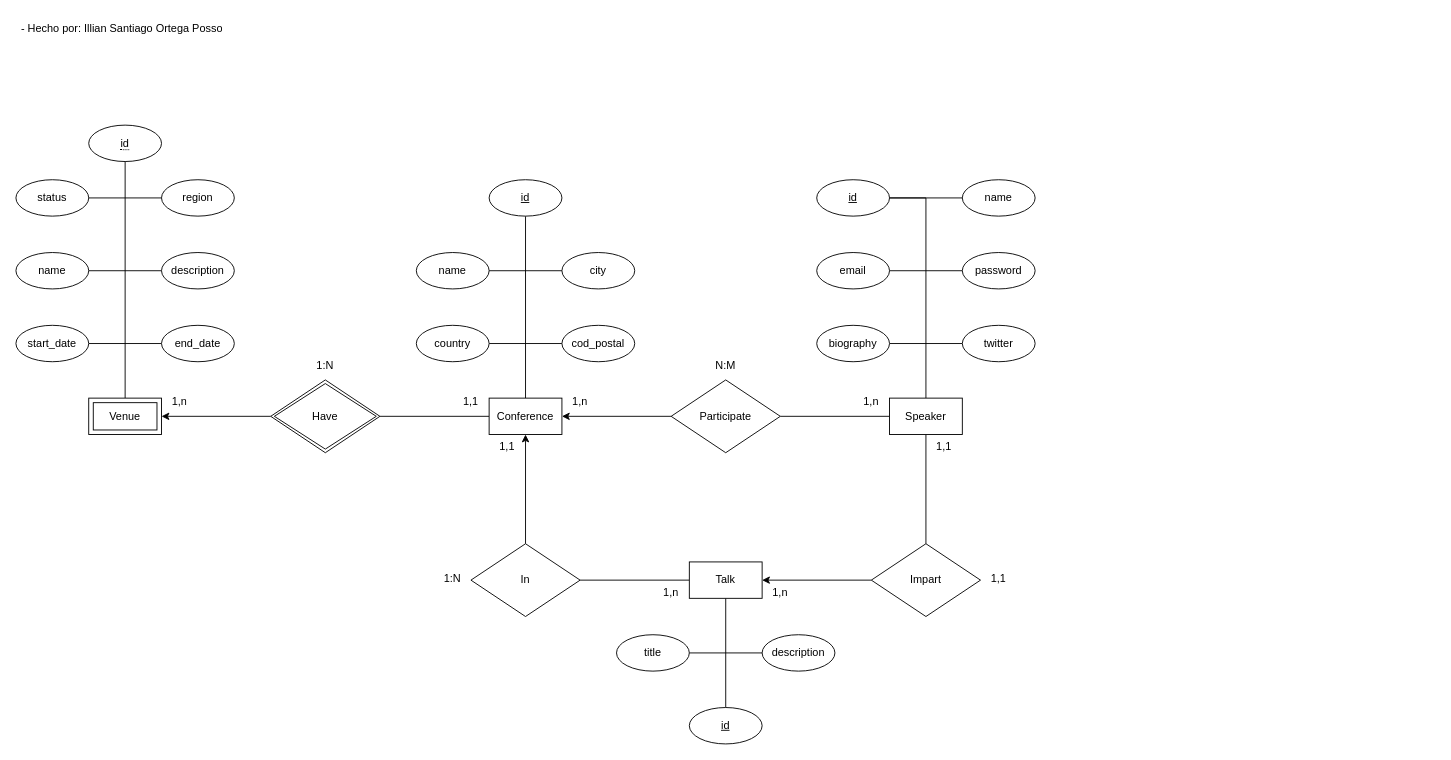
Before: page "Página-2" (2 of 2) of database/Esquemas/a27.drawio in Illian-Santiago/A27-DSW, a draw.io diagram. Source tidied: cells renumbered, new cells numbered last; positions are measured from the earlier drawing's top-left corner, leaving out a move shared by most shapes. Both pictures are drawn from the tidied source at 91%, with x=0, y=0 at pixel (15, 15).
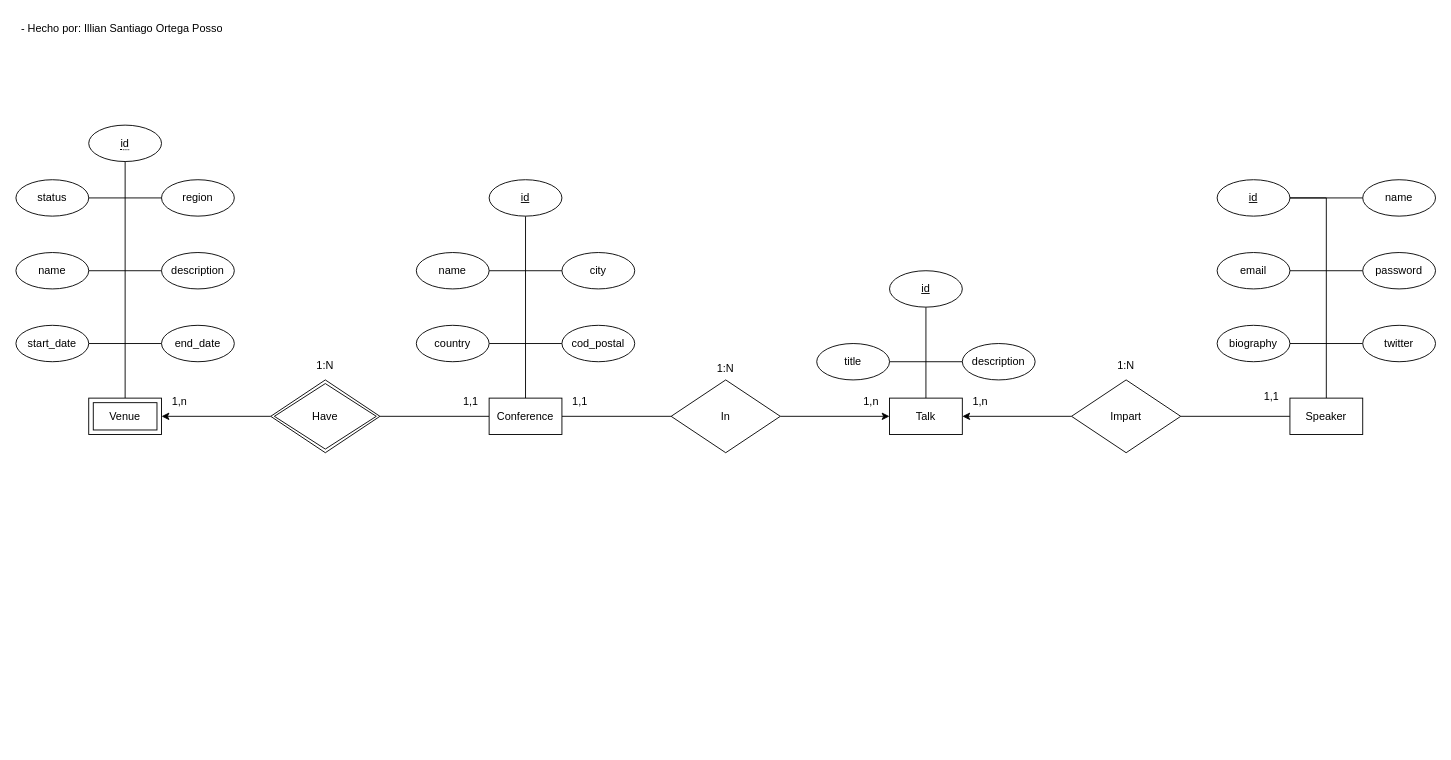
The same page after the edit.

Unchanged cells that the change refers to:
```xml
<mxCell id="11" value="Conference" style="whiteSpace=wrap;html=1;align=center;" parent="1" vertex="1">
  <mxGeometry x="520" y="420" width="80" height="40" as="geometry" />
</mxCell>
```

The edit, as a diff of the source:
```diff
@@
-    <mxCell id="2" style="edgeStyle=orthogonalEdgeStyle;rounded=0;jettySize=auto;html=1;entryX=0.5;entryY=0;entryDx=0;entryDy=0;endArrow=none;startFill=0;" parent="1" edge="1" source="4" target="27">
+    <mxCell id="2" style="edgeStyle=orthogonalEdgeStyle;rounded=0;jettySize=auto;html=1;entryX=0.5;entryY=1;entryDx=0;entryDy=0;endArrow=none;endFill=0;" parent="1" edge="1" source="4" target="27">
       <mxGeometry relative="1" as="geometry" />
     </mxCell>
-    <mxCell id="3" style="edgeStyle=orthogonalEdgeStyle;rounded=0;jettySize=auto;html=1;entryX=1;entryY=0.5;entryDx=0;entryDy=0;endArrow=none;startFill=0;" parent="1" edge="1" source="4" target="48">
-      <mxGeometry relative="1" as="geometry" />
-    </mxCell>
     <mxCell id="4" value="Talk" style="whiteSpace=wrap;html=1;align=center;" parent="1" vertex="1">
-      <mxGeometry x="740" y="600" width="80" height="40" as="geometry" />
+      <mxGeometry x="960" y="420" width="80" height="40" as="geometry" />
     </mxCell>
@@
-    <mxCell id="6" style="edgeStyle=orthogonalEdgeStyle;rounded=0;jettySize=auto;html=1;entryX=1;entryY=0.5;entryDx=0;entryDy=0;endArrow=none;startFill=0;" parent="1" edge="1" source="8" target="44">
-      <mxGeometry relative="1" as="geometry" />
-    </mxCell>
-    <mxCell id="7" style="edgeStyle=orthogonalEdgeStyle;rounded=0;jettySize=auto;html=1;entryX=0.5;entryY=0;entryDx=0;entryDy=0;endArrow=none;startFill=0;" parent="1" edge="1" source="8" target="46">
+    <mxCell id="7" style="edgeStyle=orthogonalEdgeStyle;rounded=0;jettySize=auto;html=1;entryX=1;entryY=0.5;entryDx=0;entryDy=0;endArrow=none;endFill=0;" parent="1" edge="1" source="8" target="46">
       <mxGeometry relative="1" as="geometry" />
     </mxCell>
     <mxCell id="8" value="Speaker" style="whiteSpace=wrap;html=1;align=center;" parent="1" vertex="1">
-      <mxGeometry x="960" y="420" width="80" height="40" as="geometry" />
+      <mxGeometry x="1400" y="420" width="80" height="40" as="geometry" />
     </mxCell>
@@
+    <mxCell id="65" style="edgeStyle=orthogonalEdgeStyle;rounded=0;jettySize=auto;html=1;entryX=0;entryY=0.5;entryDx=0;entryDy=0;endArrow=none;endFill=0;" parent="1" edge="1" source="11" target="48">
+      <mxGeometry relative="1" as="geometry" />
+    </mxCell>
@@
     <mxCell id="27" value="id" style="ellipse;whiteSpace=wrap;html=1;align=center;fontStyle=4;" parent="1" vertex="1">
-      <mxGeometry x="740" y="760" width="80" height="40" as="geometry" />
+      <mxGeometry x="960" y="280" width="80" height="40" as="geometry" />
     </mxCell>
@@
     <mxCell id="29" value="title" style="ellipse;whiteSpace=wrap;html=1;align=center;" parent="1" vertex="1">
-      <mxGeometry x="660" y="680" width="80" height="40" as="geometry" />
+      <mxGeometry x="880" y="360" width="80" height="40" as="geometry" />
     </mxCell>
     <mxCell id="30" value="description" style="ellipse;whiteSpace=wrap;html=1;align=center;" parent="1" vertex="1">
-      <mxGeometry x="820" y="680" width="80" height="40" as="geometry" />
+      <mxGeometry x="1040" y="360" width="80" height="40" as="geometry" />
     </mxCell>
@@
     <mxCell id="32" value="id" style="ellipse;whiteSpace=wrap;html=1;align=center;fontStyle=4;" parent="1" vertex="1">
-      <mxGeometry x="880" y="180" width="80" height="40" as="geometry" />
+      <mxGeometry x="1320" y="180" width="80" height="40" as="geometry" />
     </mxCell>
     <mxCell id="33" value="name" style="ellipse;whiteSpace=wrap;html=1;align=center;" parent="1" vertex="1">
-      <mxGeometry x="1040" y="180" width="80" height="40" as="geometry" />
+      <mxGeometry x="1480" y="180" width="80" height="40" as="geometry" />
     </mxCell>
@@
     <mxCell id="35" value="email" style="ellipse;whiteSpace=wrap;html=1;align=center;" parent="1" vertex="1">
-      <mxGeometry x="880" y="260" width="80" height="40" as="geometry" />
+      <mxGeometry x="1320" y="260" width="80" height="40" as="geometry" />
     </mxCell>
@@
     <mxCell id="37" value="biography" style="ellipse;whiteSpace=wrap;html=1;align=center;" parent="1" vertex="1">
-      <mxGeometry x="880" y="340" width="80" height="40" as="geometry" />
+      <mxGeometry x="1320" y="340" width="80" height="40" as="geometry" />
     </mxCell>
     <mxCell id="38" value="twitter" style="ellipse;whiteSpace=wrap;html=1;align=center;" parent="1" vertex="1">
-      <mxGeometry x="1040" y="340" width="80" height="40" as="geometry" />
+      <mxGeometry x="1480" y="340" width="80" height="40" as="geometry" />
     </mxCell>
     <mxCell id="39" value="password" style="ellipse;whiteSpace=wrap;html=1;align=center;" parent="1" vertex="1">
-      <mxGeometry x="1040" y="260" width="80" height="40" as="geometry" />
+      <mxGeometry x="1480" y="260" width="80" height="40" as="geometry" />
     </mxCell>
@@
-    <mxCell id="43" style="edgeStyle=orthogonalEdgeStyle;rounded=0;jettySize=auto;html=1;" parent="1" edge="1" source="44" target="11">
-      <mxGeometry relative="1" as="geometry" />
-    </mxCell>
-    <mxCell id="44" value="Participate" style="shape=rhombus;perimeter=rhombusPerimeter;whiteSpace=wrap;html=1;align=center;" parent="1" vertex="1">
-      <mxGeometry x="720" y="400" width="120" height="80" as="geometry" />
-    </mxCell>
@@
     <mxCell id="46" value="Impart" style="shape=rhombus;perimeter=rhombusPerimeter;whiteSpace=wrap;html=1;align=center;" parent="1" vertex="1">
-      <mxGeometry x="940" y="580" width="120" height="80" as="geometry" />
+      <mxGeometry x="1160" y="400" width="120" height="80" as="geometry" />
     </mxCell>
-    <mxCell id="47" style="edgeStyle=orthogonalEdgeStyle;rounded=0;jettySize=auto;html=1;entryX=0.5;entryY=1;entryDx=0;entryDy=0;" parent="1" edge="1" source="48" target="11">
-      <mxGeometry relative="1" as="geometry" />
-    </mxCell>
+    <mxCell id="66" style="edgeStyle=orthogonalEdgeStyle;rounded=0;jettySize=auto;html=1;entryX=0;entryY=0.5;entryDx=0;entryDy=0;" parent="1" edge="1" source="48" target="4">
+      <mxGeometry relative="1" as="geometry" />
+    </mxCell>
     <mxCell id="48" value="In" style="shape=rhombus;perimeter=rhombusPerimeter;whiteSpace=wrap;html=1;align=center;" parent="1" vertex="1">
-      <mxGeometry x="500" y="580" width="120" height="80" as="geometry" />
+      <mxGeometry x="720" y="400" width="120" height="80" as="geometry" />
     </mxCell>
@@
-    <mxCell id="53" value="1,1" style="text;strokeColor=none;fillColor=none;spacingLeft=4;spacingRight=4;overflow=hidden;fontSize=12;whiteSpace=wrap;html=1;align=center;" parent="1" vertex="1">
-      <mxGeometry x="520" y="460" width="40" height="30" as="geometry" />
-    </mxCell>
     <mxCell id="54" value="1,n" style="text;strokeColor=none;fillColor=none;spacingLeft=4;spacingRight=4;overflow=hidden;fontSize=12;whiteSpace=wrap;html=1;align=center;" parent="1" vertex="1">
-      <mxGeometry x="700" y="620" width="40" height="30" as="geometry" />
+      <mxGeometry x="920" y="410" width="40" height="30" as="geometry" />
     </mxCell>
     <mxCell id="55" value="1:N" style="text;strokeColor=none;fillColor=none;spacingLeft=4;spacingRight=4;overflow=hidden;fontSize=12;whiteSpace=wrap;html=1;align=center;" parent="1" vertex="1">
-      <mxGeometry x="460" y="605" width="40" height="30" as="geometry" />
+      <mxGeometry x="760" y="374" width="40" height="30" as="geometry" />
     </mxCell>
     <mxCell id="56" value="1,n" style="text;strokeColor=none;fillColor=none;spacingLeft=4;spacingRight=4;overflow=hidden;fontSize=12;whiteSpace=wrap;html=1;align=center;" parent="1" vertex="1">
-      <mxGeometry x="820" y="620" width="40" height="30" as="geometry" />
+      <mxGeometry x="1040" y="410" width="40" height="30" as="geometry" />
     </mxCell>
     <mxCell id="57" value="1,1" style="text;strokeColor=none;fillColor=none;spacingLeft=4;spacingRight=4;overflow=hidden;fontSize=12;whiteSpace=wrap;html=1;align=center;" parent="1" vertex="1">
-      <mxGeometry x="1000" y="460" width="40" height="30" as="geometry" />
+      <mxGeometry x="1360" y="405" width="40" height="30" as="geometry" />
     </mxCell>
-    <mxCell id="58" value="1,1" style="text;strokeColor=none;fillColor=none;spacingLeft=4;spacingRight=4;overflow=hidden;fontSize=12;whiteSpace=wrap;html=1;align=center;" parent="1" vertex="1">
-      <mxGeometry x="1060" y="605" width="40" height="30" as="geometry" />
-    </mxCell>
-    <mxCell id="59" value="1,n" style="text;strokeColor=none;fillColor=none;spacingLeft=4;spacingRight=4;overflow=hidden;fontSize=12;whiteSpace=wrap;html=1;align=center;" parent="1" vertex="1">
-      <mxGeometry x="600" y="410" width="40" height="30" as="geometry" />
-    </mxCell>
-    <mxCell id="60" value="1,n" style="text;strokeColor=none;fillColor=none;spacingLeft=4;spacingRight=4;overflow=hidden;fontSize=12;whiteSpace=wrap;html=1;align=center;" parent="1" vertex="1">
-      <mxGeometry x="920" y="410" width="40" height="30" as="geometry" />
-    </mxCell>
-    <mxCell id="61" value="N:M" style="text;strokeColor=none;fillColor=none;spacingLeft=4;spacingRight=4;overflow=hidden;fontSize=12;whiteSpace=wrap;html=1;align=center;" parent="1" vertex="1">
-      <mxGeometry x="760" y="370" width="40" height="30" as="geometry" />
-    </mxCell>
@@
+    <mxCell id="67" value="1,1" style="text;strokeColor=none;fillColor=none;spacingLeft=4;spacingRight=4;overflow=hidden;fontSize=12;whiteSpace=wrap;html=1;align=center;" parent="1" vertex="1">
+      <mxGeometry x="600" y="410" width="40" height="30" as="geometry" />
+    </mxCell>
+    <mxCell id="68" value="1:N" style="text;strokeColor=none;fillColor=none;spacingLeft=4;spacingRight=4;overflow=hidden;fontSize=12;whiteSpace=wrap;html=1;align=center;" parent="1" vertex="1">
+      <mxGeometry x="1200" y="370" width="40" height="30" as="geometry" />
+    </mxCell>
```
